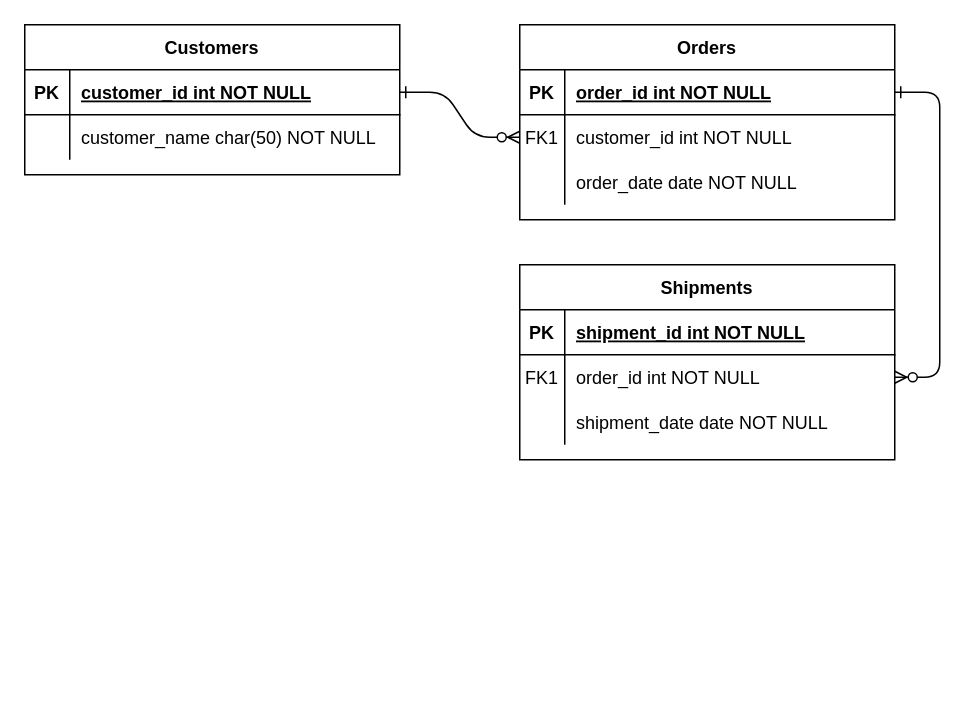
Before: Diagrama sin título.drawio in joalrope/test-coderbyte, a draw.io diagram. Source tidied: cells renumbered, new cells numbered last; positions are measured from the earlier drawing's top-left corner, leaving out a move shared by most shapes. Both pictures are drawn from the tidied source at 150%, with x=0, y=0 at pixel (24, 24).
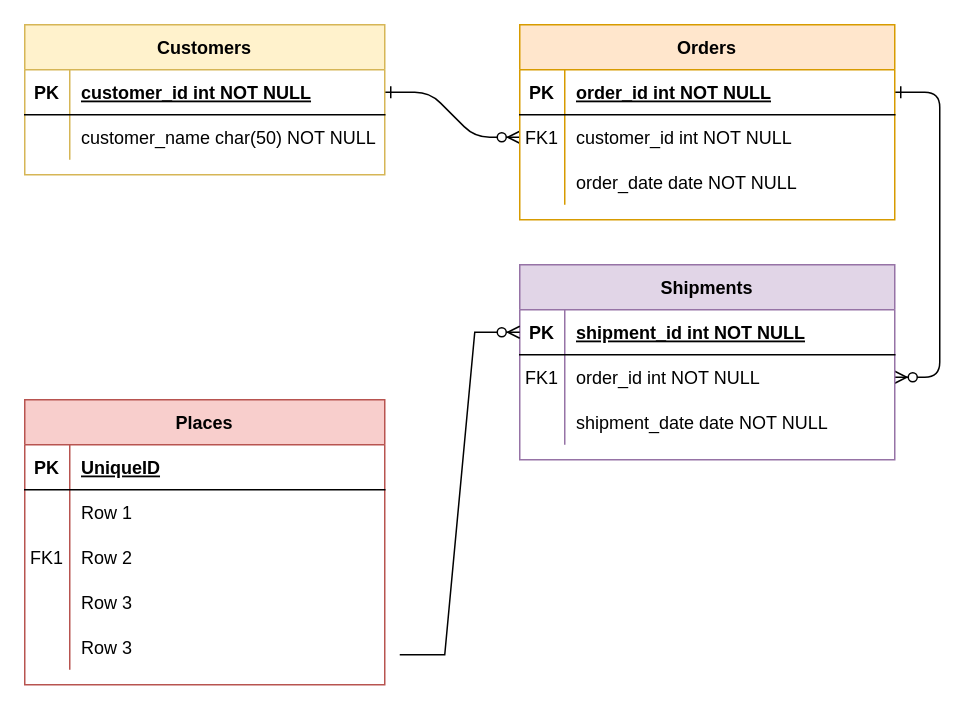
The same page after the edit.

Unchanged cells that the change refers to:
```xml
<mxCell id="15" style="shape=partialRectangle;fillColor=none;points=[[0,0.5],[1,0.5]];portConstraint=eastwest;top=0;left=0;right=0;bottom=1;" parent="14" vertex="1">
  <mxGeometry y="30" width="250" height="30" as="geometry" />
</mxCell>
```

Change to the diagram source:
```diff
@@
-    <mxCell id="4" value="Orders" style="shape=table;startSize=30;childLayout=tableLayout;rowLines=0;fontStyle=1;align=center;" parent="1" vertex="1">
+    <mxCell id="4" value="Orders" style="shape=table;startSize=30;childLayout=tableLayout;rowLines=0;fontStyle=1;align=center;fillColor=#ffe6cc;strokeColor=#d79b00;" parent="1" vertex="1">
       <mxGeometry x="330" width="250" height="130" as="geometry" />
     </mxCell>
@@
-    <mxCell id="14" value="Shipments" style="shape=table;startSize=30;childLayout=tableLayout;rowLines=0;fontStyle=1;align=center;" parent="1" vertex="1">
+    <mxCell id="14" value="Shipments" style="shape=table;startSize=30;childLayout=tableLayout;rowLines=0;fontStyle=1;align=center;fillColor=#e1d5e7;strokeColor=#9673a6;" parent="1" vertex="1">
       <mxGeometry x="330" y="160" width="250" height="130" as="geometry" />
     </mxCell>
@@
-    <mxCell id="24" value="Customers" style="shape=table;startSize=30;childLayout=tableLayout;rowLines=0;fontStyle=1;align=center;" parent="1" vertex="1">
-      <mxGeometry width="250" height="100" as="geometry" />
+    <mxCell id="24" value="Customers" style="shape=table;startSize=30;childLayout=tableLayout;rowLines=0;fontStyle=1;align=center;fillColor=#fff2cc;strokeColor=#d6b656;" parent="1" vertex="1">
+      <mxGeometry width="240" height="100" as="geometry" />
     </mxCell>
     <mxCell id="25" style="shape=partialRectangle;fillColor=none;points=[[0,0.5],[1,0.5]];portConstraint=eastwest;top=0;left=0;right=0;bottom=1;" parent="24" vertex="1">
-      <mxGeometry y="30" width="250" height="30" as="geometry" />
+      <mxGeometry y="30" width="240" height="30" as="geometry" />
     </mxCell>
@@
     <mxCell id="27" value="customer_id int NOT NULL " style="shape=partialRectangle;overflow=hidden;fillColor=none;top=0;left=0;bottom=0;right=0;align=left;spacingLeft=6;fontStyle=5;" parent="25" vertex="1">
-      <mxGeometry x="30" width="220" height="30" as="geometry" />
+      <mxGeometry x="30" width="210" height="30" as="geometry" />
     </mxCell>
     <mxCell id="28" style="shape=partialRectangle;fillColor=none;top=0;left=0;right=0;bottom=0;" parent="24" vertex="1">
-      <mxGeometry y="60" width="250" height="30" as="geometry" />
+      <mxGeometry y="60" width="240" height="30" as="geometry" />
     </mxCell>
@@
     <mxCell id="30" value="customer_name char(50) NOT NULL" style="shape=partialRectangle;overflow=hidden;fillColor=none;top=0;left=0;bottom=0;right=0;align=left;spacingLeft=6;" parent="28" vertex="1">
-      <mxGeometry x="30" width="220" height="30" as="geometry" />
+      <mxGeometry x="30" width="210" height="30" as="geometry" />
     </mxCell>
+    <mxCell id="31" value="Places" style="shape=table;startSize=30;childLayout=tableLayout;rowLines=0;fontStyle=1;align=center;fillColor=#f8cecc;strokeColor=#b85450;" parent="1" vertex="1">
+      <mxGeometry y="250" width="240" height="190" as="geometry" />
+    </mxCell>
+    <mxCell id="32" style="shape=tableRow;horizontal=0;startSize=0;swimlaneHead=0;swimlaneBody=0;fillColor=none;top=0;left=0;right=0;bottom=1;" parent="31" vertex="1">
+      <mxGeometry y="30" width="240" height="30" as="geometry" />
+    </mxCell>
+    <mxCell id="33" value="PK" style="shape=partialRectangle;fillColor=none;top=0;left=0;bottom=0;right=0;fontStyle=1;overflow=hidden;" parent="32" vertex="1">
+      <mxGeometry width="30" height="30" as="geometry" />
+    </mxCell>
+    <mxCell id="34" value="UniqueID" style="shape=partialRectangle;fillColor=none;top=0;left=0;bottom=0;right=0;align=left;spacingLeft=6;fontStyle=5;overflow=hidden;" parent="32" vertex="1">
+      <mxGeometry x="30" width="210" height="30" as="geometry" />
+    </mxCell>
+    <mxCell id="35" style="shape=tableRow;horizontal=0;startSize=0;swimlaneHead=0;swimlaneBody=0;fillColor=none;top=0;left=0;right=0;bottom=0;" parent="31" vertex="1">
+      <mxGeometry y="60" width="240" height="30" as="geometry" />
+    </mxCell>
+    <mxCell id="36" style="shape=partialRectangle;fillColor=none;top=0;left=0;bottom=0;right=0;overflow=hidden;" parent="35" vertex="1">
+      <mxGeometry width="30" height="30" as="geometry" />
+    </mxCell>
+    <mxCell id="37" value="Row 1" style="shape=partialRectangle;fillColor=none;top=0;left=0;bottom=0;right=0;align=left;spacingLeft=6;overflow=hidden;" parent="35" vertex="1">
+      <mxGeometry x="30" width="210" height="30" as="geometry" />
+    </mxCell>
+    <mxCell id="38" style="shape=tableRow;horizontal=0;startSize=0;swimlaneHead=0;swimlaneBody=0;fillColor=none;top=0;left=0;right=0;bottom=0;" parent="31" vertex="1">
+      <mxGeometry y="90" width="240" height="30" as="geometry" />
+    </mxCell>
+    <mxCell id="39" value="FK1" style="shape=partialRectangle;fillColor=none;top=0;left=0;bottom=0;right=0;overflow=hidden;" parent="38" vertex="1">
+      <mxGeometry width="30" height="30" as="geometry" />
+    </mxCell>
+    <mxCell id="40" value="Row 2" style="shape=partialRectangle;fillColor=none;top=0;left=0;bottom=0;right=0;align=left;spacingLeft=6;overflow=hidden;" parent="38" vertex="1">
+      <mxGeometry x="30" width="210" height="30" as="geometry" />
+    </mxCell>
+    <mxCell id="41" style="shape=tableRow;horizontal=0;startSize=0;swimlaneHead=0;swimlaneBody=0;fillColor=none;top=0;left=0;right=0;bottom=0;" parent="31" vertex="1">
+      <mxGeometry y="120" width="240" height="30" as="geometry" />
+    </mxCell>
+    <mxCell id="42" style="shape=partialRectangle;fillColor=none;top=0;left=0;bottom=0;right=0;overflow=hidden;" parent="41" vertex="1">
+      <mxGeometry width="30" height="30" as="geometry" />
+    </mxCell>
+    <mxCell id="43" value="Row 3" style="shape=partialRectangle;fillColor=none;top=0;left=0;bottom=0;right=0;align=left;spacingLeft=6;overflow=hidden;" parent="41" vertex="1">
+      <mxGeometry x="30" width="210" height="30" as="geometry" />
+    </mxCell>
+    <mxCell id="44" style="shape=tableRow;horizontal=0;startSize=0;swimlaneHead=0;swimlaneBody=0;fillColor=none;top=0;left=0;right=0;bottom=0;" parent="31" vertex="1">
+      <mxGeometry y="150" width="240" height="30" as="geometry" />
+    </mxCell>
+    <mxCell id="45" style="shape=partialRectangle;fillColor=none;top=0;left=0;bottom=0;right=0;overflow=hidden;" parent="44" vertex="1">
+      <mxGeometry width="30" height="30" as="geometry" />
+    </mxCell>
+    <mxCell id="46" value="Row 3" style="shape=partialRectangle;fillColor=none;top=0;left=0;bottom=0;right=0;align=left;spacingLeft=6;overflow=hidden;" parent="44" vertex="1">
+      <mxGeometry x="30" width="210" height="30" as="geometry" />
+    </mxCell>
+    <mxCell id="47" style="edgeStyle=entityRelationEdgeStyle;fontSize=12;html=1;endArrow=ERzeroToMany;endFill=1;rounded=0;entryX=0;entryY=0.5;entryDx=0;entryDy=0;" parent="1" edge="1" target="15">
+      <mxGeometry relative="1" as="geometry">
+        <mxPoint x="250" y="420" as="sourcePoint" />
+      </mxGeometry>
+    </mxCell>
```
